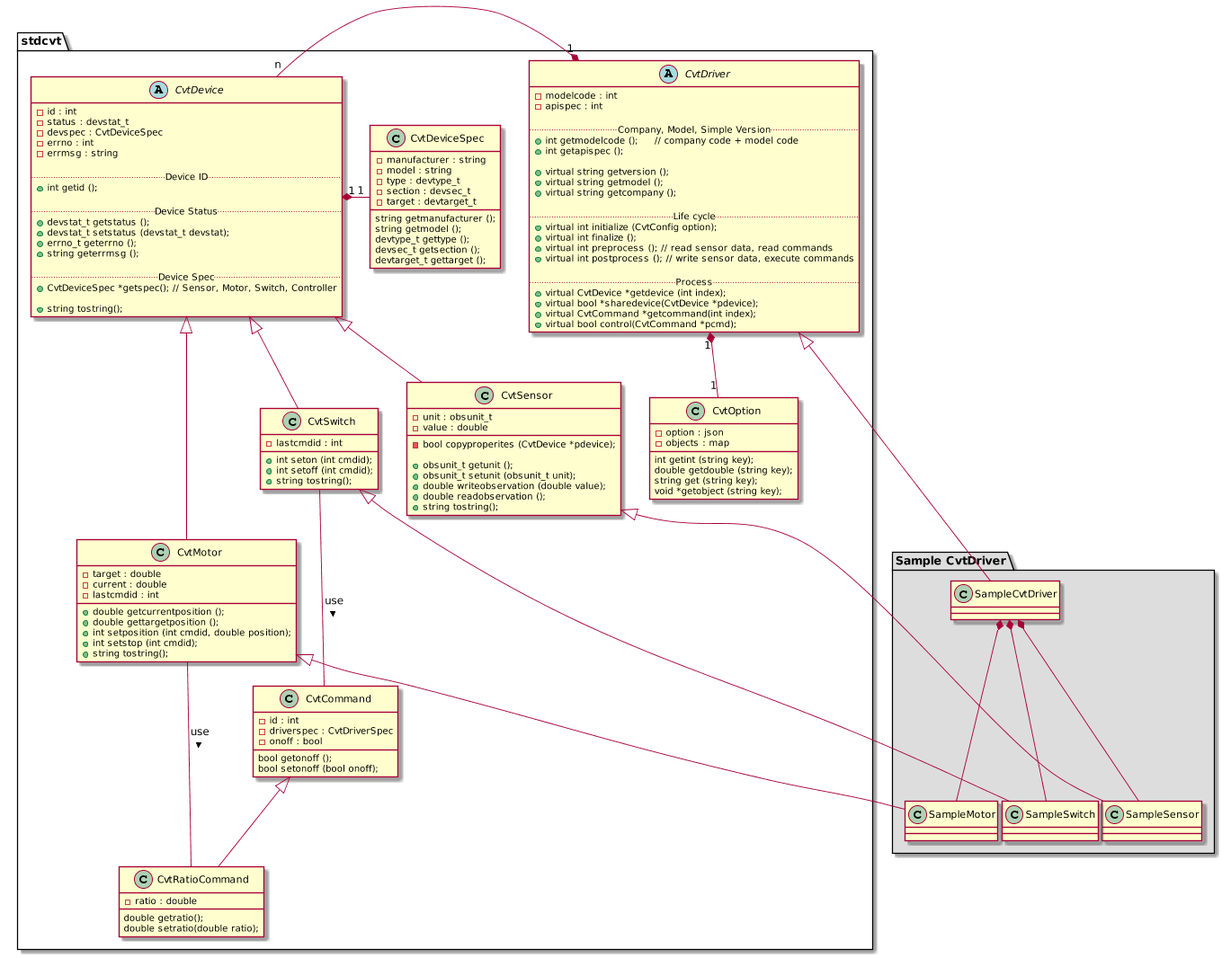
Earlier version of the PlantUML export doc/images/driver_class.png (ebio-snu/cvtdriver).
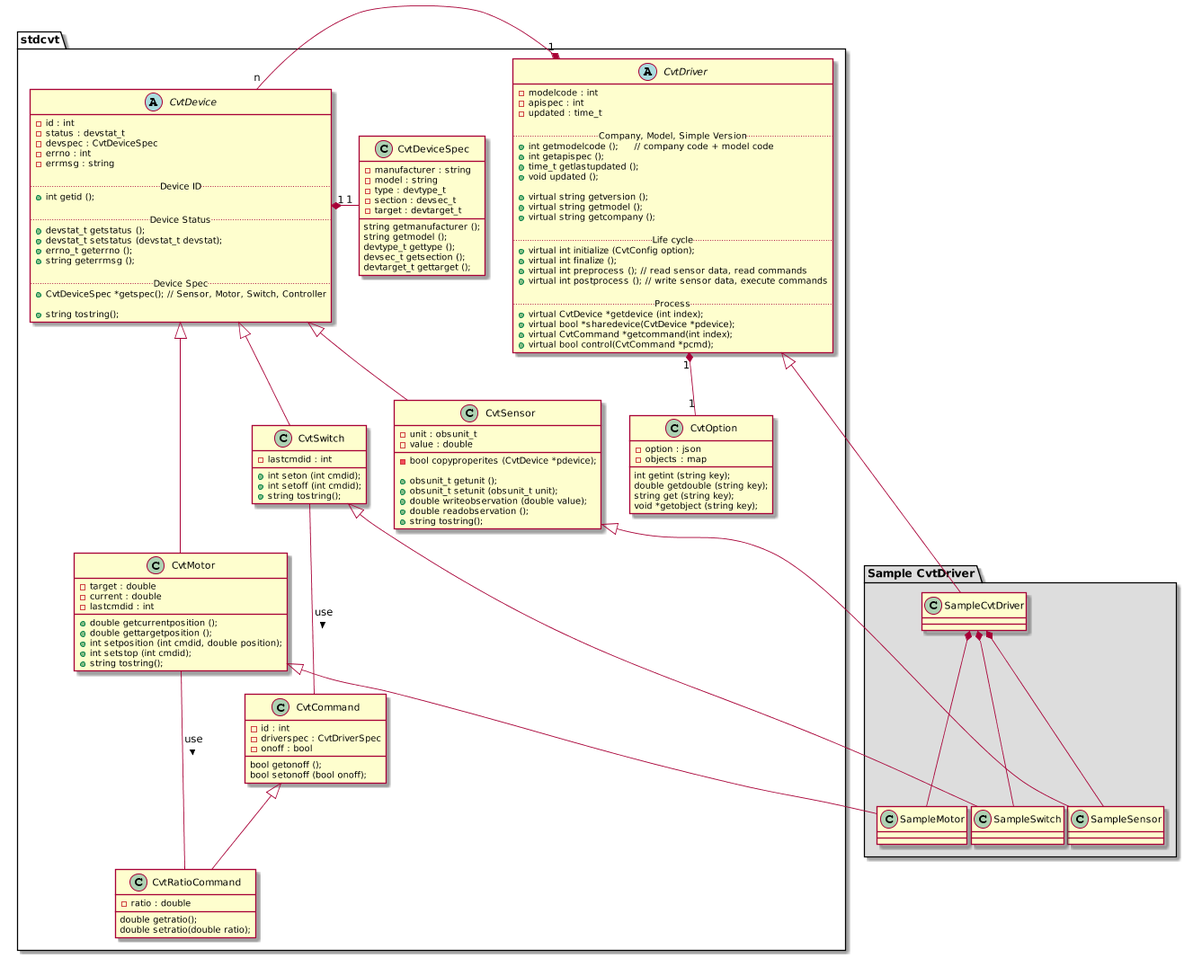
Later version of the same file.

Diff of the diagram source:
```diff
@@ -6,10 +6,13 @@
     abstract class CvtDriver {
      - modelcode : int
      - apispec : int
+     - updated : time_t
 
      .. Company, Model, Simple Version ..
      + int getmodelcode ();     // company code + model code
      + int getapispec ();
+     + time_t getlastupdated ();
+     + void updated ();
 
      + virtual string getversion ();
      + virtual string getmodel ();
```
